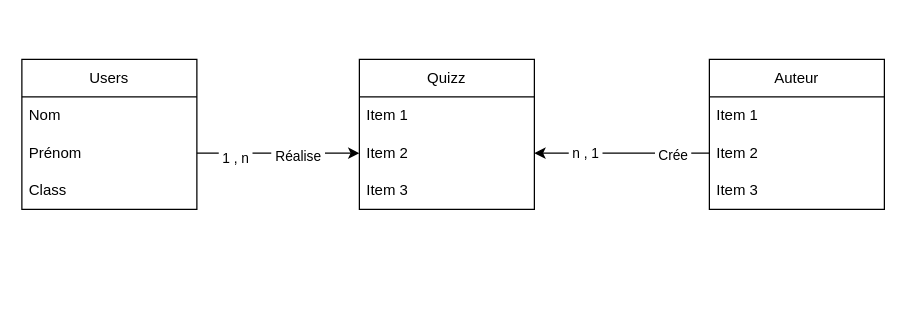
Above: Diagramme sans nom.drawio in Julien-Desbard/Synthese-des-cours (draw.io), before the change. Source tidied: cells renumbered, new cells numbered last; positions are measured from the earlier drawing's top-left corner, leaving out a move shared by most shapes. Both pictures are drawn from the tidied source at 125%, with x=0, y=0 at pixel (21, 59).
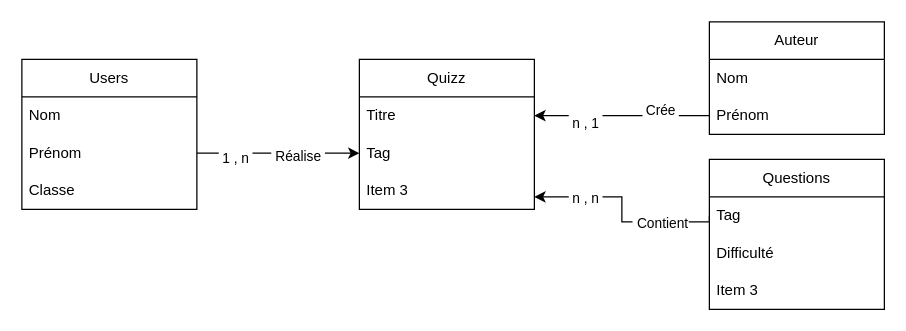
Above is the later version.

Commit message:
Mettre à jour Diagramme sans nom.drawio

Unchanged cells that the change refers to:
```xml
<mxCell id="2" value="Users" style="swimlane;fontStyle=0;horizontal=1;startSize=30;whiteSpace=wrap;html=1;" parent="1" vertex="1">
  <mxGeometry width="140" height="120" as="geometry" />
</mxCell>
<mxCell id="6" value="Quizz" style="swimlane;fontStyle=0;horizontal=1;startSize=30;whiteSpace=wrap;html=1;" parent="1" vertex="1">
  <mxGeometry x="270" width="140" height="120" as="geometry" />
</mxCell>
<mxCell id="9" value="Item 3" style="text;strokeColor=none;fillColor=none;align=left;verticalAlign=middle;spacingLeft=4;spacingRight=4;overflow=hidden;points=[[0,0.5],[1,0.5]];portConstraint=eastwest;whiteSpace=wrap;html=1;" parent="6" vertex="1">
  <mxGeometry y="90" width="140" height="30" as="geometry" />
</mxCell>
```

Diff of the diagram source:
```diff
@@
-    <mxCell id="5" value="Class" style="text;strokeColor=none;fillColor=none;align=left;verticalAlign=middle;spacingLeft=4;spacingRight=4;overflow=hidden;whiteSpace=wrap;html=1;" parent="2" vertex="1">
+    <mxCell id="5" value="Classe" style="text;strokeColor=none;fillColor=none;align=left;verticalAlign=middle;spacingLeft=4;spacingRight=4;overflow=hidden;whiteSpace=wrap;html=1;" parent="2" vertex="1">
       <mxGeometry y="90" width="140" height="30" as="geometry" />
     </mxCell>
@@
-    <mxCell id="7" value="Item 1" style="text;strokeColor=none;fillColor=none;align=left;verticalAlign=middle;spacingLeft=4;spacingRight=4;overflow=hidden;points=[[0,0.5],[1,0.5]];portConstraint=eastwest;whiteSpace=wrap;html=1;" parent="6" vertex="1">
+    <mxCell id="7" value="Titre" style="text;strokeColor=none;fillColor=none;align=left;verticalAlign=middle;spacingLeft=4;spacingRight=4;overflow=hidden;points=[[0,0.5],[1,0.5]];portConstraint=eastwest;whiteSpace=wrap;html=1;" parent="6" vertex="1">
       <mxGeometry y="30" width="140" height="30" as="geometry" />
     </mxCell>
-    <mxCell id="8" value="Item 2" style="text;strokeColor=none;fillColor=none;align=left;verticalAlign=middle;spacingLeft=4;spacingRight=4;overflow=hidden;points=[[0,0.5],[1,0.5]];portConstraint=eastwest;whiteSpace=wrap;html=1;" parent="6" vertex="1">
+    <mxCell id="8" value="Tag" style="text;strokeColor=none;fillColor=none;align=left;verticalAlign=middle;spacingLeft=4;spacingRight=4;overflow=hidden;points=[[0,0.5],[1,0.5]];portConstraint=eastwest;whiteSpace=wrap;html=1;" parent="6" vertex="1">
       <mxGeometry y="60" width="140" height="30" as="geometry" />
     </mxCell>
@@
     <mxCell id="13" value="Auteur" style="swimlane;fontStyle=0;horizontal=1;startSize=30;whiteSpace=wrap;html=1;" parent="1" vertex="1">
-      <mxGeometry x="550" width="140" height="120" as="geometry" />
+      <mxGeometry x="550" y="-30" width="140" height="90" as="geometry" />
     </mxCell>
-    <mxCell id="14" value="Item 1" style="text;strokeColor=none;fillColor=none;align=left;verticalAlign=middle;spacingLeft=4;spacingRight=4;overflow=hidden;whiteSpace=wrap;html=1;" parent="13" vertex="1">
+    <mxCell id="14" value="Nom" style="text;strokeColor=none;fillColor=none;align=left;verticalAlign=middle;spacingLeft=4;spacingRight=4;overflow=hidden;whiteSpace=wrap;html=1;" parent="13" vertex="1">
       <mxGeometry y="30" width="140" height="30" as="geometry" />
     </mxCell>
-    <mxCell id="15" value="Item 2" style="text;strokeColor=none;fillColor=none;align=left;verticalAlign=middle;spacingLeft=4;spacingRight=4;overflow=hidden;points=[[0,0.5],[1,0.5]];portConstraint=eastwest;whiteSpace=wrap;html=1;" parent="13" vertex="1">
+    <mxCell id="15" value="Prénom" style="text;strokeColor=none;fillColor=none;align=left;verticalAlign=middle;spacingLeft=4;spacingRight=4;overflow=hidden;points=[[0,0.5],[1,0.5]];portConstraint=eastwest;whiteSpace=wrap;html=1;" parent="13" vertex="1">
       <mxGeometry y="60" width="140" height="30" as="geometry" />
     </mxCell>
-    <mxCell id="16" value="Item 3" style="text;strokeColor=none;fillColor=none;align=left;verticalAlign=middle;spacingLeft=4;spacingRight=4;overflow=hidden;whiteSpace=wrap;html=1;" parent="13" vertex="1">
-      <mxGeometry y="90" width="140" height="30" as="geometry" />
-    </mxCell>
-    <mxCell id="17" style="edgeStyle=orthogonalEdgeStyle;rounded=0;jettySize=auto;html=1;exitX=0;exitY=0.5;exitDx=0;exitDy=0;" parent="1" edge="1" source="15" target="8">
+    <mxCell id="17" style="edgeStyle=orthogonalEdgeStyle;rounded=0;jettySize=auto;html=1;exitX=0;exitY=0.5;exitDx=0;exitDy=0;" parent="1" edge="1" source="15" target="7">
       <mxGeometry relative="1" as="geometry" />
     </mxCell>
     <mxCell id="18" value="&amp;nbsp;Crée&amp;nbsp;" style="edgeLabel;html=1;align=center;verticalAlign=middle;" parent="17" vertex="1">
       <mxGeometry x="0.52" y="1" relative="1" as="geometry">
-        <mxPoint x="76" as="offset" />
+        <mxPoint x="66" y="-6" as="offset" />
       </mxGeometry>
     </mxCell>
     <mxCell id="19" value="&amp;nbsp;n , 1&amp;nbsp;" style="edgeLabel;html=1;align=center;verticalAlign=middle;" parent="17" vertex="1">
       <mxGeometry x="-0.49" y="-1" relative="1" as="geometry">
-        <mxPoint x="-64" as="offset" />
+        <mxPoint x="-64" y="6" as="offset" />
       </mxGeometry>
     </mxCell>
+    <mxCell id="20" style="edgeStyle=orthogonalEdgeStyle;rounded=0;jettySize=auto;html=1;exitX=0;exitY=0.5;exitDx=0;exitDy=0;" parent="1" edge="1" source="24" target="9">
+      <mxGeometry relative="1" as="geometry">
+        <Array as="points">
+          <mxPoint x="550" y="130" />
+          <mxPoint x="480" y="130" />
+          <mxPoint x="480" y="110" />
+        </Array>
+      </mxGeometry>
+    </mxCell>
+    <mxCell id="21" value="&amp;nbsp;Contient" style="edgeLabel;html=1;align=center;verticalAlign=middle;" parent="20" vertex="1">
+      <mxGeometry x="-0.7" relative="1" as="geometry">
+        <mxPoint x="-20" as="offset" />
+      </mxGeometry>
+    </mxCell>
+    <mxCell id="22" value="&amp;nbsp;n , n&amp;nbsp;" style="edgeLabel;html=1;align=center;verticalAlign=middle;" parent="20" vertex="1">
+      <mxGeometry x="0.03" relative="1" as="geometry">
+        <mxPoint x="-30" y="-10" as="offset" />
+      </mxGeometry>
+    </mxCell>
+    <mxCell id="23" value="Questions" style="swimlane;fontStyle=0;horizontal=1;startSize=30;whiteSpace=wrap;html=1;" parent="1" vertex="1">
+      <mxGeometry x="550" y="80" width="140" height="120" as="geometry" />
+    </mxCell>
+    <mxCell id="24" value="Tag" style="text;strokeColor=none;fillColor=none;align=left;verticalAlign=middle;spacingLeft=4;spacingRight=4;overflow=hidden;points=[[0,0.5],[1,0.5]];portConstraint=eastwest;whiteSpace=wrap;html=1;" parent="23" vertex="1">
+      <mxGeometry y="30" width="140" height="30" as="geometry" />
+    </mxCell>
+    <mxCell id="25" value="Difficulté" style="text;strokeColor=none;fillColor=none;align=left;verticalAlign=middle;spacingLeft=4;spacingRight=4;overflow=hidden;whiteSpace=wrap;html=1;" parent="23" vertex="1">
+      <mxGeometry y="60" width="140" height="30" as="geometry" />
+    </mxCell>
+    <mxCell id="16" value="Item 3" style="text;strokeColor=none;fillColor=none;align=left;verticalAlign=middle;spacingLeft=4;spacingRight=4;overflow=hidden;whiteSpace=wrap;html=1;" parent="23" vertex="1">
+      <mxGeometry y="90" width="140" height="30" as="geometry" />
+    </mxCell>
```
